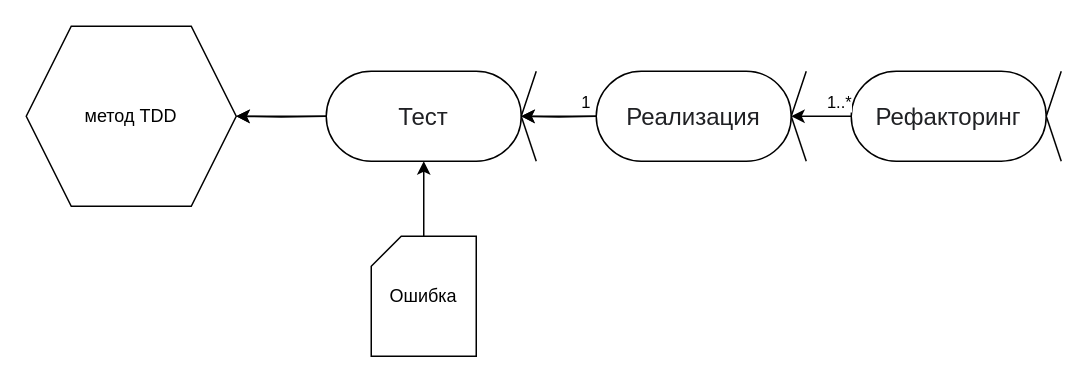
Earlier version of the draw.io diagram method.drawio (TKarina/UML). Source tidied: cells renumbered, new cells numbered last; positions are measured from the earlier drawing's top-left corner, leaving out a move shared by most shapes. Both pictures are drawn from the tidied source at 150%, with x=0, y=0 at pixel (26, 26).
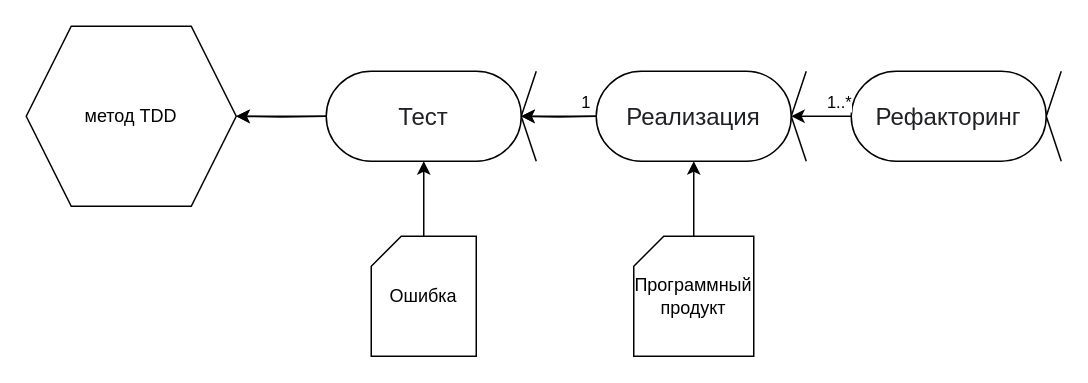
After the change.

Unchanged cells that the change refers to:
```xml
<mxCell id="8" value="&lt;font color=&quot;#202124&quot; face=&quot;arial, sans-serif&quot;&gt;&lt;span style=&quot;font-size: 16px ; background-color: rgb(255 , 255 , 255)&quot;&gt;Реализация&lt;/span&gt;&lt;/font&gt;" style="rounded=1;whiteSpace=wrap;html=1;arcSize=50;" parent="7" vertex="1">
  <mxGeometry x="-30" width="130" height="60" as="geometry" />
</mxCell>
```

Change to the diagram source:
```diff
@@
+    <mxCell id="24" style="edgeStyle=orthogonalEdgeStyle;rounded=0;jettySize=auto;html=1;entryX=0.5;entryY=1;entryDx=0;entryDy=0;" parent="1" edge="1" source="25" target="8">
+      <mxGeometry relative="1" as="geometry" />
+    </mxCell>
+    <mxCell id="25" value="Программный продукт" style="shape=card;whiteSpace=wrap;html=1;size=20;" parent="1" vertex="1">
+      <mxGeometry x="405" y="140" width="80" height="80" as="geometry" />
+    </mxCell>
```
